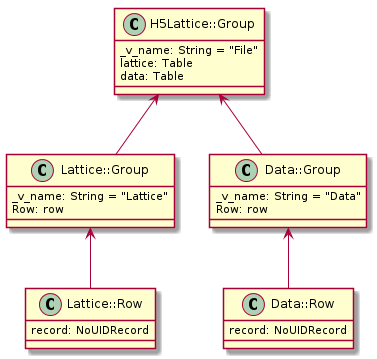
simphony/simphony-common keeps this PlantUML diagram as doc/source/images/h5lattice.png. Above is the earlier version.
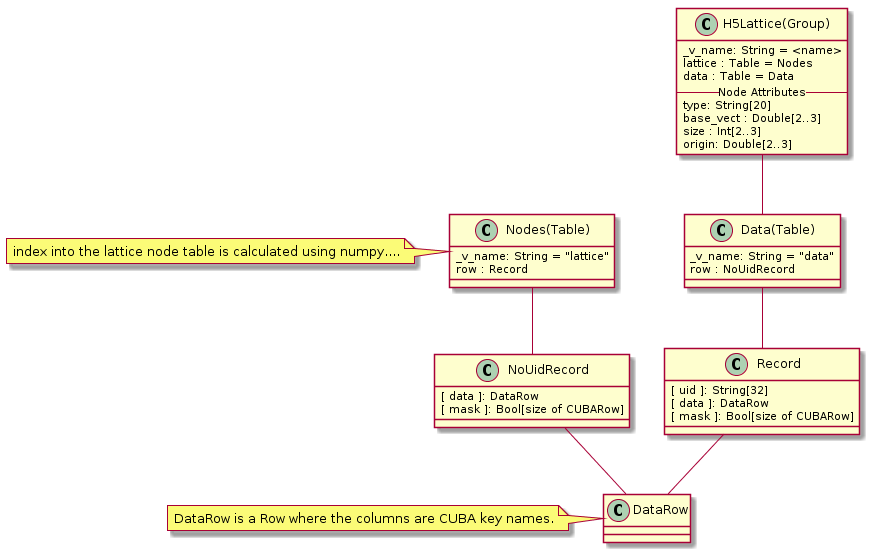
After the change.

Commit message:
Update lattice with the last suggestions

Change to the diagram source:
```diff
@@ -1,33 +1,45 @@
 @startuml
-class H5Lattice as "H5Lattice::Group" {
-  _v_name: String = "File"
-  lattice: Table
-  data: Table
+
+class H5Lattice as "H5Lattice(Group)" {
+  _v_name: String = <name>
+  lattice : Table = Nodes
+  data : Table = Data
+  -- Node Attributes --
+  type: String[20]
+  base_vect : Double[2..3]
+  size : Int[2..3]
+  origin: Double[2..3]
 }
 
-class Lattice as "Lattice::Group" {
-  _v_name: String = "Lattice"
-  Row: row
+class Nodes as "Nodes(Table)" {
+  _v_name: String = "lattice"
+  row : Record
+}
+note left : index into the lattice node table is calculated using numpy....
+
+class Data as "Data(Table)" {
+  _v_name: String = "data"
+  row : NoUidRecord
 }
 
-class Data as "Data::Group" {
-  _v_name: String = "Data"
-  Row: row
+class Record {
+  [ uid ]: String[32]
+  [ data ]: DataRow
+  [ mask ]: Bool[size of CUBARow]
 }
 
-class LatticeRow as "Lattice::Row" {
-  record: NoUIDRecord
+class NoUidRecord {
+  [ data ]: DataRow
+  [ mask ]: Bool[size of CUBARow]
 }
 
-class DataRow as "Data::Row" {
-  record: NoUIDRecord
-}
+class DataRow
+note left: DataRow is a Row where the columns are CUBA key names.
 
-
-H5Lattice <-- Lattice
-H5Lattice <-- Data
-
-Lattice <-- LatticeRow
-Data <-- DataRow
+H5Lattice -- Data
+Data -- Record
+Nodes -- NoUidRecord
+Record -- DataRow
+NoUidRecord -- DataRow
 
 @enduml
```
